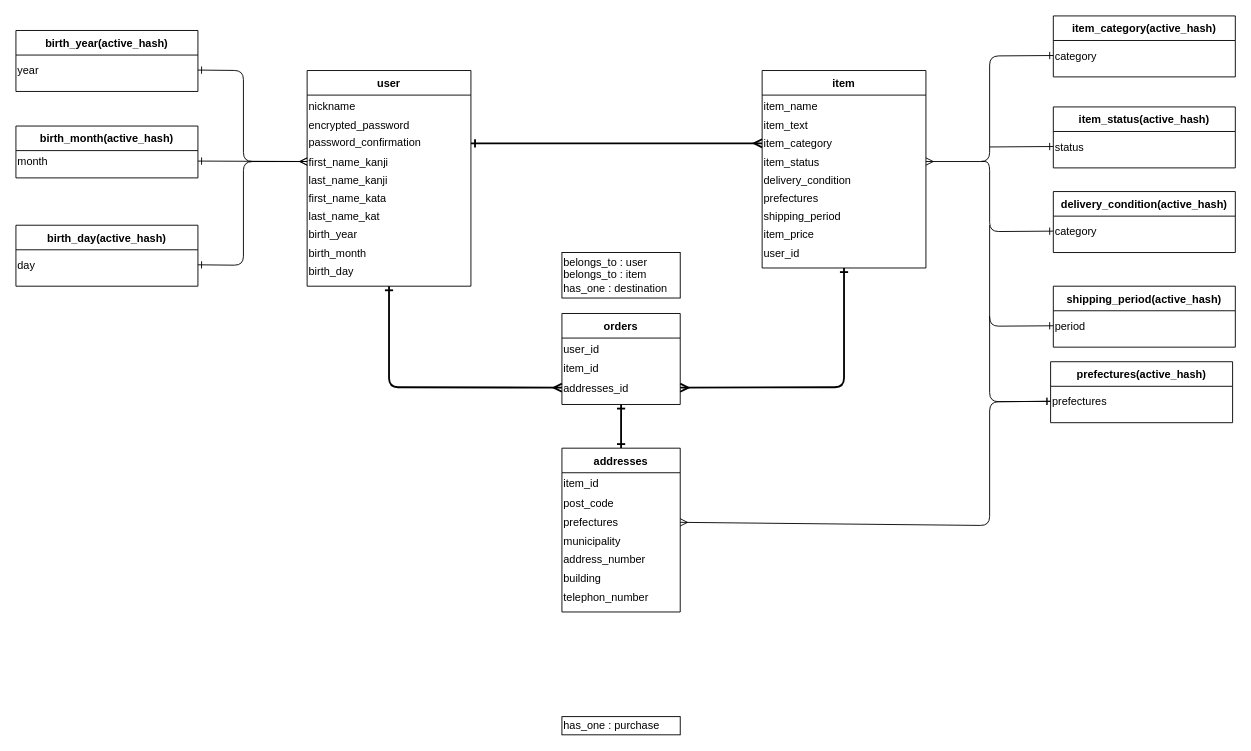
This is ER.dio from narukami-nk/furima-10793, a draw.io file, before an edit. Source tidied: cells renumbered, new cells numbered last; positions are measured from the earlier drawing's top-left corner, leaving out a move shared by most shapes. Both pictures are drawn from the tidied source at 91%, with x=0, y=0 at pixel (15, 15).
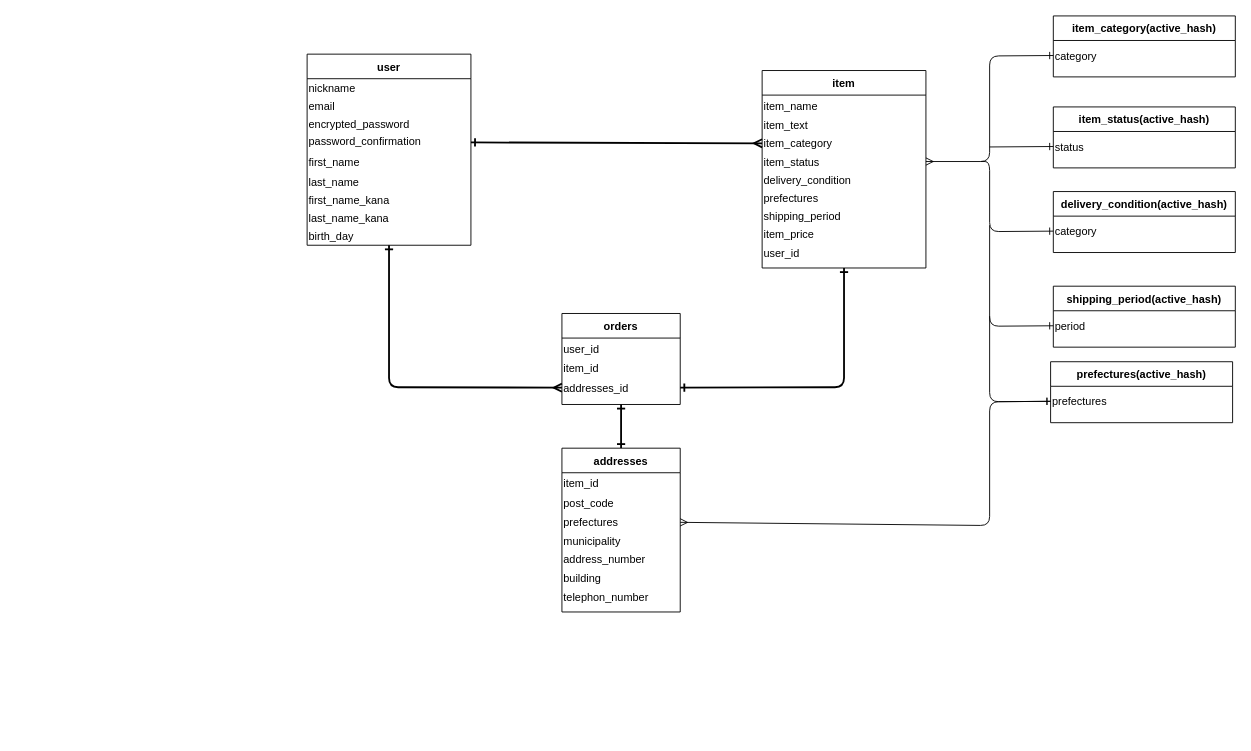
The same page after the edit.

Commit message (it also covers changes not shown here):
レビュー修正２

Unchanged cells that the change refers to:
```xml
<mxCell id="20" style="shape=partialRectangle;fillColor=none;top=0;left=0;bottom=0;right=0;" parent="3" vertex="1">
  <mxGeometry y="190" width="180" height="20" as="geometry" />
</mxCell>
<mxCell id="25" value="item" style="shape=table;startSize=27;childLayout=tableLayout;rowLines=0;fontStyle=1;align=center;rounded=0;" parent="1" vertex="1">
  <mxGeometry x="820" y="60" width="180" height="217" as="geometry" />
</mxCell>
<mxCell id="50" style="shape=partialRectangle;fillColor=none;top=0;left=0;bottom=0;right=0;points=[[0,0.5],[1,0.5]];portConstraint=eastwest;" parent="45" vertex="1">
  <mxGeometry y="70" width="130" height="23" as="geometry" />
</mxCell>
```

Change to the diagram source:
```diff
@@
     <mxCell id="3" value="user" style="shape=table;startSize=27;childLayout=tableLayout;rowLines=0;fontStyle=1;align=center;rounded=0;" parent="1" vertex="1">
-      <mxGeometry x="320" y="60" width="180" height="237" as="geometry" />
+      <mxGeometry x="320" y="42" width="180" height="210" as="geometry" />
     </mxCell>
     <mxCell id="4" style="shape=partialRectangle;fillColor=none;top=0;left=0;bottom=0;right=0;" parent="3" vertex="1">
-      <mxGeometry y="27" width="180" height="23" as="geometry" />
+      <mxGeometry y="27" width="180" height="20" as="geometry" />
     </mxCell>
     <mxCell id="5" value="nickname" style="shape=partialRectangle;fillColor=none;top=0;left=0;bottom=0;right=0;overflow=hidden;align=left;" parent="4" vertex="1">
-      <mxGeometry width="180" height="23" as="geometry" />
+      <mxGeometry width="180" height="20" as="geometry" />
     </mxCell>
+    <mxCell id="102" style="shape=partialRectangle;fillColor=none;top=0;left=0;bottom=0;right=0;" parent="3" vertex="1">
+      <mxGeometry y="47" width="180" height="20" as="geometry" />
+    </mxCell>
+    <mxCell id="103" value="email" style="shape=partialRectangle;fillColor=none;top=0;left=0;bottom=0;right=0;overflow=hidden;align=left;" parent="102" vertex="1">
+      <mxGeometry width="180" height="20" as="geometry" />
+    </mxCell>
     <mxCell id="6" style="shape=partialRectangle;fillColor=none;top=0;left=0;bottom=0;right=0;" parent="3" vertex="1">
-      <mxGeometry y="50" width="180" height="20" as="geometry" />
+      <mxGeometry y="67" width="180" height="20" as="geometry" />
     </mxCell>
@@
     <mxCell id="8" style="shape=partialRectangle;fillColor=none;top=0;left=0;bottom=0;right=0;points=[[0,0.5],[1,0.5]];portConstraint=eastwest;" parent="3" vertex="1">
-      <mxGeometry y="70" width="180" height="20" as="geometry" />
+      <mxGeometry y="87" width="180" height="20" as="geometry" />
     </mxCell>
@@
     <mxCell id="10" style="shape=partialRectangle;fillColor=none;top=0;left=0;bottom=0;right=0;points=[[0,0.5],[1,0.5]];portConstraint=eastwest;" parent="3" vertex="1">
-      <mxGeometry y="90" width="180" height="20" as="geometry" />
+      <mxGeometry y="107" width="180" height="23" as="geometry" />
     </mxCell>
-    <mxCell id="11" value="first_name_kanji" style="shape=partialRectangle;fillColor=none;top=0;left=0;bottom=0;right=0;overflow=hidden;align=left;" parent="10" vertex="1">
-      <mxGeometry width="180" height="20" as="geometry" />
+    <mxCell id="11" value="first_name" style="shape=partialRectangle;fillColor=none;top=0;left=0;bottom=0;right=0;overflow=hidden;align=left;" parent="10" vertex="1">
+      <mxGeometry width="180" height="23" as="geometry" />
     </mxCell>
     <mxCell id="12" style="shape=partialRectangle;fillColor=none;top=0;left=0;bottom=0;right=0;" parent="3" vertex="1">
-      <mxGeometry y="110" width="180" height="20" as="geometry" />
+      <mxGeometry y="130" width="180" height="20" as="geometry" />
     </mxCell>
-    <mxCell id="13" value="last_name_kanji" style="shape=partialRectangle;fillColor=none;top=0;left=0;bottom=0;right=0;overflow=hidden;align=left;" parent="12" vertex="1">
+    <mxCell id="13" value="last_name" style="shape=partialRectangle;fillColor=none;top=0;left=0;bottom=0;right=0;overflow=hidden;align=left;" parent="12" vertex="1">
       <mxGeometry width="180" height="20" as="geometry" />
     </mxCell>
     <mxCell id="14" style="shape=partialRectangle;fillColor=none;top=0;left=0;bottom=0;right=0;" parent="3" vertex="1">
-      <mxGeometry y="130" width="180" height="20" as="geometry" />
+      <mxGeometry y="150" width="180" height="20" as="geometry" />
     </mxCell>
-    <mxCell id="15" value="first_name_kata" style="shape=partialRectangle;fillColor=none;top=0;left=0;bottom=0;right=0;overflow=hidden;align=left;" parent="14" vertex="1">
+    <mxCell id="15" value="first_name_kana" style="shape=partialRectangle;fillColor=none;top=0;left=0;bottom=0;right=0;overflow=hidden;align=left;" parent="14" vertex="1">
       <mxGeometry width="180" height="20" as="geometry" />
     </mxCell>
     <mxCell id="16" style="shape=partialRectangle;fillColor=none;top=0;left=0;bottom=0;right=0;" parent="3" vertex="1">
-      <mxGeometry y="150" width="180" height="20" as="geometry" />
+      <mxGeometry y="170" width="180" height="20" as="geometry" />
     </mxCell>
-    <mxCell id="17" value="last_name_kat" style="shape=partialRectangle;fillColor=none;top=0;left=0;bottom=0;right=0;overflow=hidden;align=left;" parent="16" vertex="1">
+    <mxCell id="17" value="last_name_kana" style="shape=partialRectangle;fillColor=none;top=0;left=0;bottom=0;right=0;overflow=hidden;align=left;" parent="16" vertex="1">
       <mxGeometry width="180" height="20" as="geometry" />
     </mxCell>
-    <mxCell id="18" style="shape=partialRectangle;fillColor=none;top=0;left=0;bottom=0;right=0;" parent="3" vertex="1">
-      <mxGeometry y="170" width="180" height="20" as="geometry" />
-    </mxCell>
-    <mxCell id="19" value="birth_year" style="shape=partialRectangle;fillColor=none;top=0;left=0;bottom=0;right=0;overflow=hidden;align=left;" parent="18" vertex="1">
-      <mxGeometry width="180" height="20" as="geometry" />
-    </mxCell>
@@
-    <mxCell id="21" value="birth_month" style="shape=partialRectangle;fillColor=none;top=0;left=0;bottom=0;right=0;overflow=hidden;align=left;" parent="20" vertex="1">
-      <mxGeometry width="180" height="20" as="geometry" />
-    </mxCell>
-    <mxCell id="22" style="shape=partialRectangle;fillColor=none;top=0;left=0;bottom=0;right=0;" parent="3" vertex="1">
-      <mxGeometry y="210" width="180" height="20" as="geometry" />
-    </mxCell>
-    <mxCell id="23" value="birth_day" style="shape=partialRectangle;fillColor=none;top=0;left=0;bottom=0;right=0;overflow=hidden;align=left;" parent="22" vertex="1">
+    <mxCell id="23" value="birth_day" style="shape=partialRectangle;fillColor=none;top=0;left=0;bottom=0;right=0;overflow=hidden;align=left;" parent="20" vertex="1">
       <mxGeometry width="180" height="20" as="geometry" />
     </mxCell>
-    <mxCell id="24" style="edgeStyle=none;html=1;exitX=0.5;exitY=1;exitDx=0;exitDy=0;fontSize=8;startArrow=ERone;startFill=0;endArrow=ERmany;endFill=0;strokeWidth=2;entryX=1;entryY=0.5;entryDx=0;entryDy=0;" parent="1" edge="1" source="25" target="50">
+    <mxCell id="24" style="edgeStyle=none;html=1;exitX=0.5;exitY=1;exitDx=0;exitDy=0;fontSize=8;startArrow=ERone;startFill=0;endArrow=ERone;endFill=0;strokeWidth=2;entryX=1;entryY=0.5;entryDx=0;entryDy=0;" parent="1" edge="1" source="25" target="50">
       <mxGeometry relative="1" as="geometry">
         <Array as="points">
           <mxPoint x="910" y="408" />
         </Array>
       </mxGeometry>
     </mxCell>
@@
-    <mxCell id="68" value="belongs_to : user&lt;br&gt;&lt;div&gt;&lt;span&gt;belongs_to : item&lt;/span&gt;&lt;/div&gt;&lt;div&gt;&lt;span&gt;has_one : destination&lt;/span&gt;&lt;/div&gt;" style="whiteSpace=wrap;html=1;align=left;rounded=0;fontSize=12;" parent="1" vertex="1">
-      <mxGeometry x="600" y="260" width="130" height="50" as="geometry" />
-    </mxCell>
-    <mxCell id="69" value="&lt;span&gt;has_one : purchase&lt;/span&gt;" style="whiteSpace=wrap;html=1;align=left;rounded=0;fontSize=12;" parent="1" vertex="1">
-      <mxGeometry x="600" y="770" width="130" height="20" as="geometry" />
-    </mxCell>
@@
-    <mxCell id="91" value="birth_year(active_hash)" style="shape=table;startSize=27;childLayout=tableLayout;rowLines=0;fontStyle=1;align=center;rounded=0;" parent="1" vertex="1">
-      <mxGeometry y="16" width="200" height="67" as="geometry" />
-    </mxCell>
-    <mxCell id="92" style="shape=partialRectangle;fillColor=none;top=0;left=0;bottom=0;right=0;points=[[0,0.5],[1,0.5]];portConstraint=eastwest;" parent="91" vertex="1">
-      <mxGeometry y="27" width="200" height="33" as="geometry" />
-    </mxCell>
-    <mxCell id="93" value="year" style="shape=partialRectangle;fillColor=none;top=0;left=0;bottom=0;right=0;overflow=hidden;align=left;" parent="92" vertex="1">
-      <mxGeometry width="200" height="33" as="geometry" />
-    </mxCell>
-    <mxCell id="94" value="birth_month(active_hash)" style="shape=table;startSize=27;childLayout=tableLayout;rowLines=0;fontStyle=1;align=center;rounded=0;" parent="1" vertex="1">
-      <mxGeometry y="121" width="200" height="57" as="geometry" />
-    </mxCell>
-    <mxCell id="95" style="shape=partialRectangle;fillColor=none;top=0;left=0;bottom=0;right=0;points=[[0,0.5],[1,0.5]];portConstraint=eastwest;" parent="94" vertex="1">
-      <mxGeometry y="27" width="200" height="23" as="geometry" />
-    </mxCell>
-    <mxCell id="96" value="month" style="shape=partialRectangle;fillColor=none;top=0;left=0;bottom=0;right=0;overflow=hidden;align=left;" parent="95" vertex="1">
-      <mxGeometry width="200" height="23" as="geometry" />
-    </mxCell>
-    <mxCell id="97" value="birth_day(active_hash)" style="shape=table;startSize=27;childLayout=tableLayout;rowLines=0;fontStyle=1;align=center;rounded=0;" parent="1" vertex="1">
-      <mxGeometry y="230" width="200" height="67" as="geometry" />
-    </mxCell>
-    <mxCell id="98" style="shape=partialRectangle;fillColor=none;top=0;left=0;bottom=0;right=0;points=[[0,0.5],[1,0.5]];portConstraint=eastwest;" parent="97" vertex="1">
-      <mxGeometry y="27" width="200" height="33" as="geometry" />
-    </mxCell>
-    <mxCell id="99" value="day" style="shape=partialRectangle;fillColor=none;top=0;left=0;bottom=0;right=0;overflow=hidden;align=left;" parent="98" vertex="1">
-      <mxGeometry width="200" height="33" as="geometry" />
-    </mxCell>
-    <mxCell id="100" style="edgeStyle=none;html=1;exitX=1;exitY=0.5;exitDx=0;exitDy=0;entryX=0;entryY=0.5;entryDx=0;entryDy=0;startArrow=ERone;startFill=0;endArrow=ERmany;endFill=0;" parent="1" edge="1" source="92" target="10">
-      <mxGeometry relative="1" as="geometry">
-        <Array as="points">
-          <mxPoint x="250" y="60" />
-          <mxPoint x="250" y="160" />
-        </Array>
-      </mxGeometry>
-    </mxCell>
-    <mxCell id="101" style="edgeStyle=none;html=1;exitX=1;exitY=0.5;exitDx=0;exitDy=0;startArrow=ERone;startFill=0;endArrow=none;endFill=0;" parent="1" edge="1" source="95">
-      <mxGeometry relative="1" as="geometry">
-        <mxPoint x="320" y="160" as="targetPoint" />
-      </mxGeometry>
-    </mxCell>
-    <mxCell id="102" style="edgeStyle=none;html=1;exitX=1;exitY=0.5;exitDx=0;exitDy=0;startArrow=ERone;startFill=0;endArrow=ERmany;endFill=0;" parent="1" edge="1" source="98">
-      <mxGeometry relative="1" as="geometry">
-        <mxPoint x="320" y="160" as="targetPoint" />
-        <Array as="points">
-          <mxPoint x="250" y="274" />
-          <mxPoint x="250" y="160" />
-        </Array>
-      </mxGeometry>
-    </mxCell>
```
